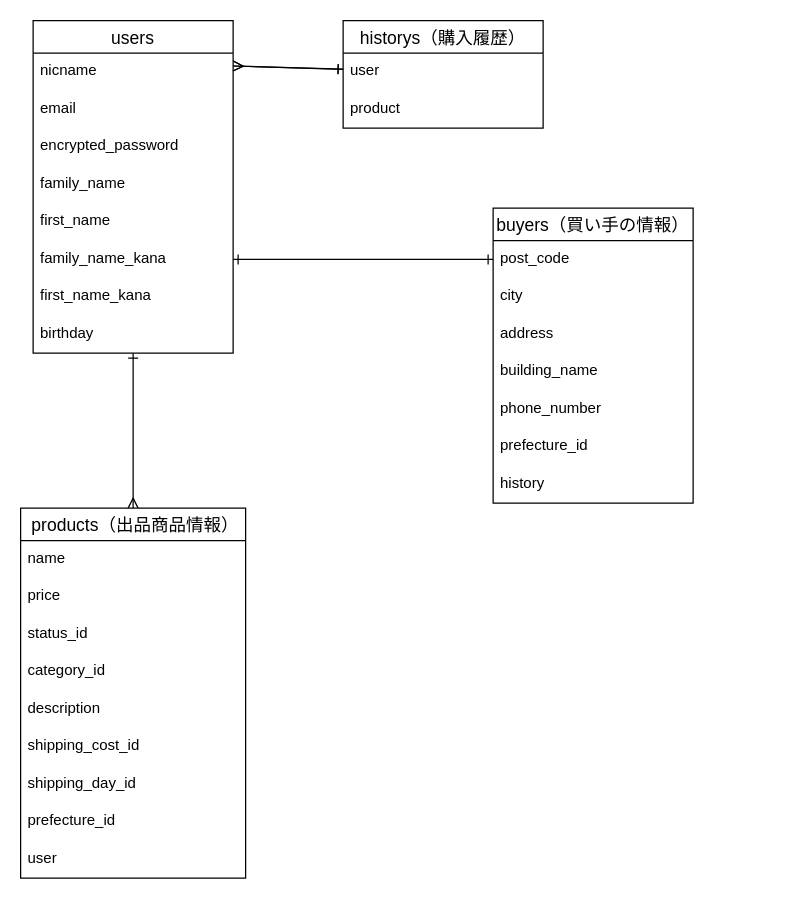
Before: er-zu-furima-41252.dio in yu-no-m1i/furima-41252, a draw.io diagram. Source tidied: cells renumbered, new cells numbered last; positions are measured from the earlier drawing's top-left corner, leaving out a move shared by most shapes. Both pictures are drawn from the tidied source at 125%, with x=0, y=0 at pixel (20, 20).
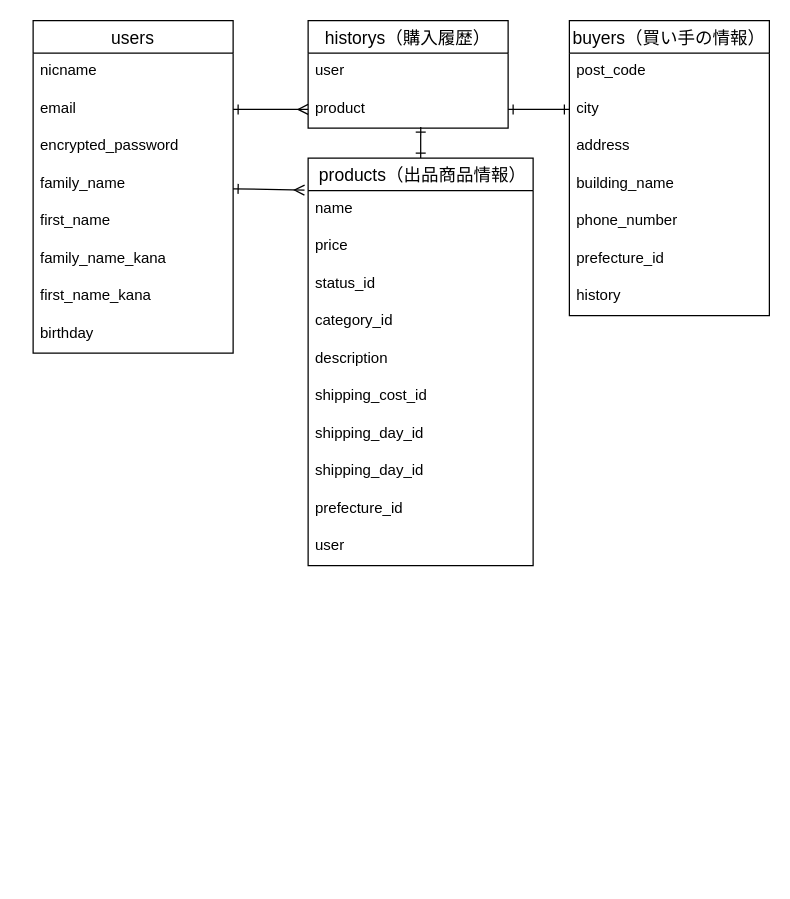
The same diagram, later.

The change refers to these unchanged cells:
```xml
<mxCell id="3" value="users" style="swimlane;fontStyle=0;horizontal=1;startSize=26;align=center;fontSize=14;" parent="1" vertex="1">
  <mxGeometry x="10" width="160" height="266" as="geometry" />
</mxCell>
<mxCell id="5" value="email" style="text;strokeColor=none;fillColor=none;spacingLeft=4;spacingRight=4;overflow=hidden;points=[[0,0.5],[1,0.5]];portConstraint=eastwest;fontSize=12;" parent="3" vertex="1">
  <mxGeometry y="56" width="160" height="30" as="geometry" />
</mxCell>
<mxCell id="9" value="family_name_kana" style="text;strokeColor=none;fillColor=none;spacingLeft=4;spacingRight=4;overflow=hidden;points=[[0,0.5],[1,0.5]];portConstraint=eastwest;fontSize=12;" parent="3" vertex="1">
  <mxGeometry y="176" width="160" height="30" as="geometry" />
</mxCell>
<mxCell id="14" value="city" style="text;strokeColor=none;fillColor=none;spacingLeft=4;spacingRight=4;overflow=hidden;points=[[0,0.5],[1,0.5]];portConstraint=eastwest;fontSize=12;" parent="12" vertex="1">
  <mxGeometry y="56" width="160" height="30" as="geometry" />
</mxCell>
<mxCell id="21" value="name  " style="text;strokeColor=none;fillColor=none;spacingLeft=4;spacingRight=4;overflow=hidden;points=[[0,0.5],[1,0.5]];portConstraint=eastwest;fontSize=12;" parent="20" vertex="1">
  <mxGeometry y="26" width="180" height="30" as="geometry" />
</mxCell>
<mxCell id="31" value="user" style="text;strokeColor=none;fillColor=none;spacingLeft=4;spacingRight=4;overflow=hidden;points=[[0,0.5],[1,0.5]];portConstraint=eastwest;fontSize=12;" parent="30" vertex="1">
  <mxGeometry y="26" width="160" height="30" as="geometry" />
</mxCell>
<mxCell id="32" value="product" style="text;strokeColor=none;fillColor=none;spacingLeft=4;spacingRight=4;overflow=hidden;points=[[0,0.5],[1,0.5]];portConstraint=eastwest;fontSize=12;" parent="30" vertex="1">
  <mxGeometry y="56" width="160" height="30" as="geometry" />
</mxCell>
```

The edit, as a diff of the source:
```diff
@@
-    <mxCell id="2" style="edgeStyle=none;html=1;entryX=0.5;entryY=0;entryDx=0;entryDy=0;endArrow=ERmany;endFill=0;startArrow=ERone;startFill=0;" parent="1" edge="1" source="3" target="20">
+    <mxCell id="2" style="edgeStyle=none;html=1;endArrow=ERmany;endFill=0;startArrow=ERone;startFill=0;entryX=-0.016;entryY=-0.013;entryDx=0;entryDy=0;entryPerimeter=0;" parent="1" edge="1" source="3" target="21">
       <mxGeometry relative="1" as="geometry" />
     </mxCell>
@@
     <mxCell id="12" value="buyers（買い手の情報）" style="swimlane;fontStyle=0;horizontal=1;startSize=26;align=center;fontSize=14;" parent="1" vertex="1">
-      <mxGeometry x="378" y="150" width="160" height="236" as="geometry" />
+      <mxGeometry x="439" width="160" height="236" as="geometry" />
     </mxCell>
@@
+    <mxCell id="36" style="edgeStyle=none;html=1;entryX=0.563;entryY=0.973;entryDx=0;entryDy=0;entryPerimeter=0;startArrow=ERone;startFill=0;endArrow=ERone;endFill=0;" parent="1" edge="1" source="20" target="32">
+      <mxGeometry relative="1" as="geometry" />
+    </mxCell>
     <mxCell id="20" value=" products（出品商品情報）" style="swimlane;fontStyle=0;horizontal=1;startSize=26;align=center;fontSize=14;" parent="1" vertex="1">
-      <mxGeometry y="390" width="180" height="296" as="geometry" />
+      <mxGeometry x="230" y="110" width="180" height="326" as="geometry" />
     </mxCell>
@@
+    <mxCell id="37" value="shipping_day_id" style="text;spacingLeft=4;spacingRight=4;overflow=hidden;fontSize=12;" parent="20" vertex="1">
+      <mxGeometry y="206" width="180" height="30" as="geometry" />
+    </mxCell>
     <mxCell id="27" value="shipping_day_id" style="text;spacingLeft=4;spacingRight=4;overflow=hidden;fontSize=12;" parent="20" vertex="1">
-      <mxGeometry y="206" width="180" height="30" as="geometry" />
+      <mxGeometry y="236" width="180" height="30" as="geometry" />
     </mxCell>
     <mxCell id="28" value="prefecture_id" style="text;spacingLeft=4;spacingRight=4;overflow=hidden;fontSize=12;" parent="20" vertex="1">
-      <mxGeometry y="236" width="180" height="30" as="geometry" />
+      <mxGeometry y="266" width="180" height="30" as="geometry" />
     </mxCell>
     <mxCell id="29" value="user" style="text;strokeColor=none;fillColor=none;spacingLeft=4;spacingRight=4;overflow=hidden;fontSize=12;" parent="20" vertex="1">
-      <mxGeometry y="266" width="180" height="30" as="geometry" />
+      <mxGeometry y="296" width="180" height="30" as="geometry" />
     </mxCell>
     <mxCell id="30" value="historys（購入履歴）" style="swimlane;fontStyle=0;horizontal=1;startSize=26;align=center;fontSize=14;" parent="1" vertex="1">
-      <mxGeometry x="258" width="160" height="86" as="geometry" />
+      <mxGeometry x="230" width="160" height="86" as="geometry" />
     </mxCell>
@@
-    <mxCell id="33" style="edgeStyle=none;html=1;entryX=0;entryY=0.5;entryDx=0;entryDy=0;startArrow=ERone;startFill=0;endArrow=ERone;endFill=0;" parent="1" edge="1" source="9">
-      <mxGeometry relative="1" as="geometry">
-        <mxPoint x="378" y="191" as="targetPoint" />
-      </mxGeometry>
-    </mxCell>
-    <mxCell id="34" style="edgeStyle=none;html=1;startArrow=ERone;startFill=0;endArrow=ERmany;endFill=0;exitX=0;exitY=0.5;exitDx=0;exitDy=0;" parent="1" edge="1">
-      <mxGeometry relative="1" as="geometry">
-        <mxPoint x="258" y="39" as="sourcePoint" />
-        <mxPoint x="170" y="36.3" as="targetPoint" />
-      </mxGeometry>
-    </mxCell>
-    <mxCell id="35" style="edgeStyle=none;html=1;startArrow=ERone;startFill=0;endArrow=ERmany;endFill=0;" parent="1" edge="1" source="31">
-      <mxGeometry relative="1" as="geometry">
-        <mxPoint x="170" y="36.3" as="targetPoint" />
-      </mxGeometry>
-    </mxCell>
+    <mxCell id="38" style="edgeStyle=none;html=1;startArrow=ERone;startFill=0;endArrow=ERmany;endFill=0;" parent="1" edge="1" source="5" target="32">
+      <mxGeometry relative="1" as="geometry" />
+    </mxCell>
+    <mxCell id="39" style="edgeStyle=none;html=1;startArrow=ERone;startFill=0;endArrow=ERone;endFill=0;exitX=0;exitY=0.5;exitDx=0;exitDy=0;" parent="1" edge="1" source="14" target="32">
+      <mxGeometry relative="1" as="geometry" />
+    </mxCell>
```
